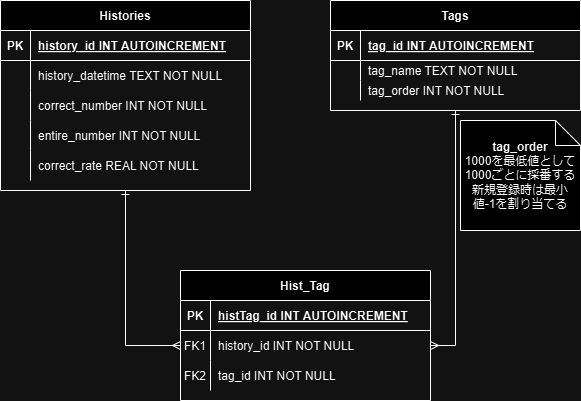
Lis-ReKid/CorrectRateLog keeps this draw.io diagram as documents/テーブル設計.drawio.png. Above is the earlier version. Source tidied: cells renumbered, new cells last; positions are measured from the earlier drawing's top-left corner, leaving out a move shared by most shapes.
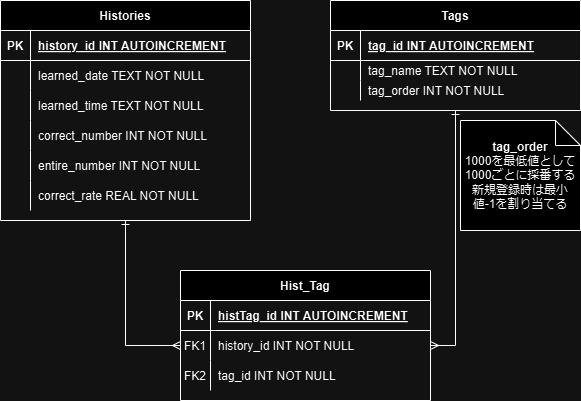
The same file after the commit.

Commit message:
テーブル設計書を改修

Diff of the diagram source:
```diff
@@ -66,7 +66,7 @@
       <mxGeometry relative="1" as="geometry" />
     </mxCell>
     <mxCell id="23" value="Histories" style="shape=table;startSize=30;rowLines=0;fontStyle=1;align=center;" parent="1" vertex="1">
-      <mxGeometry width="250" height="190" as="geometry" />
+      <mxGeometry width="250" height="220" as="geometry" />
     </mxCell>
     <mxCell id="24" style="shape=partialRectangle;fillColor=none;top=0;left=0;right=0;bottom=1;" parent="23" vertex="1">
       <mxGeometry y="30" width="250" height="30" as="geometry" />
@@ -83,11 +83,20 @@
     <mxCell id="28" style="shape=partialRectangle;overflow=hidden;fillColor=none;top=0;left=0;bottom=0;right=0;" parent="27" vertex="1">
       <mxGeometry width="30" height="30" as="geometry" />
     </mxCell>
-    <mxCell id="29" value="history_datetime TEXT NOT NULL" style="shape=partialRectangle;overflow=hidden;fillColor=none;top=0;left=0;bottom=0;right=0;align=left;spacingLeft=6;" parent="27" vertex="1">
+    <mxCell id="29" value="learned_date TEXT NOT NULL" style="shape=partialRectangle;overflow=hidden;fillColor=none;top=0;left=0;bottom=0;right=0;align=left;spacingLeft=6;" parent="27" vertex="1">
       <mxGeometry x="30" width="220" height="30" as="geometry" />
     </mxCell>
+    <mxCell id="41" style="shape=partialRectangle;fillColor=none;top=0;left=0;right=0;bottom=0;" parent="23" vertex="1">
+      <mxGeometry y="90" width="250" height="30" as="geometry" />
+    </mxCell>
+    <mxCell id="42" style="shape=partialRectangle;overflow=hidden;fillColor=none;top=0;left=0;bottom=0;right=0;" parent="41" vertex="1">
+      <mxGeometry width="30" height="30" as="geometry" />
+    </mxCell>
+    <mxCell id="43" value="learned_time TEXT NOT NULL" style="shape=partialRectangle;overflow=hidden;fillColor=none;top=0;left=0;bottom=0;right=0;align=left;spacingLeft=6;" parent="41" vertex="1">
+      <mxGeometry x="30" width="220" height="30" as="geometry" />
+    </mxCell>
     <mxCell id="30" style="shape=partialRectangle;fillColor=none;top=0;left=0;right=0;bottom=0;" parent="23" vertex="1">
-      <mxGeometry y="90" width="250" height="30" as="geometry" />
+      <mxGeometry y="120" width="250" height="30" as="geometry" />
     </mxCell>
     <mxCell id="31" style="shape=partialRectangle;overflow=hidden;fillColor=none;top=0;left=0;bottom=0;right=0;" parent="30" vertex="1">
       <mxGeometry width="30" height="30" as="geometry" />
@@ -96,7 +105,7 @@
       <mxGeometry x="30" width="220" height="30" as="geometry" />
     </mxCell>
     <mxCell id="33" style="shape=partialRectangle;fillColor=none;top=0;left=0;right=0;bottom=0;" parent="23" vertex="1">
-      <mxGeometry y="120" width="250" height="30" as="geometry" />
+      <mxGeometry y="150" width="250" height="30" as="geometry" />
     </mxCell>
     <mxCell id="34" style="shape=partialRectangle;overflow=hidden;fillColor=none;top=0;left=0;bottom=0;right=0;" parent="33" vertex="1">
       <mxGeometry width="30" height="30" as="geometry" />
@@ -105,7 +114,7 @@
       <mxGeometry x="30" width="220" height="30" as="geometry" />
     </mxCell>
     <mxCell id="36" style="shape=partialRectangle;fillColor=none;top=0;left=0;right=0;bottom=0;" parent="23" vertex="1">
-      <mxGeometry y="150" width="250" height="30" as="geometry" />
+      <mxGeometry y="180" width="250" height="30" as="geometry" />
     </mxCell>
     <mxCell id="37" style="shape=partialRectangle;overflow=hidden;fillColor=none;top=0;left=0;bottom=0;right=0;" parent="36" vertex="1">
       <mxGeometry width="30" height="30" as="geometry" />
```
